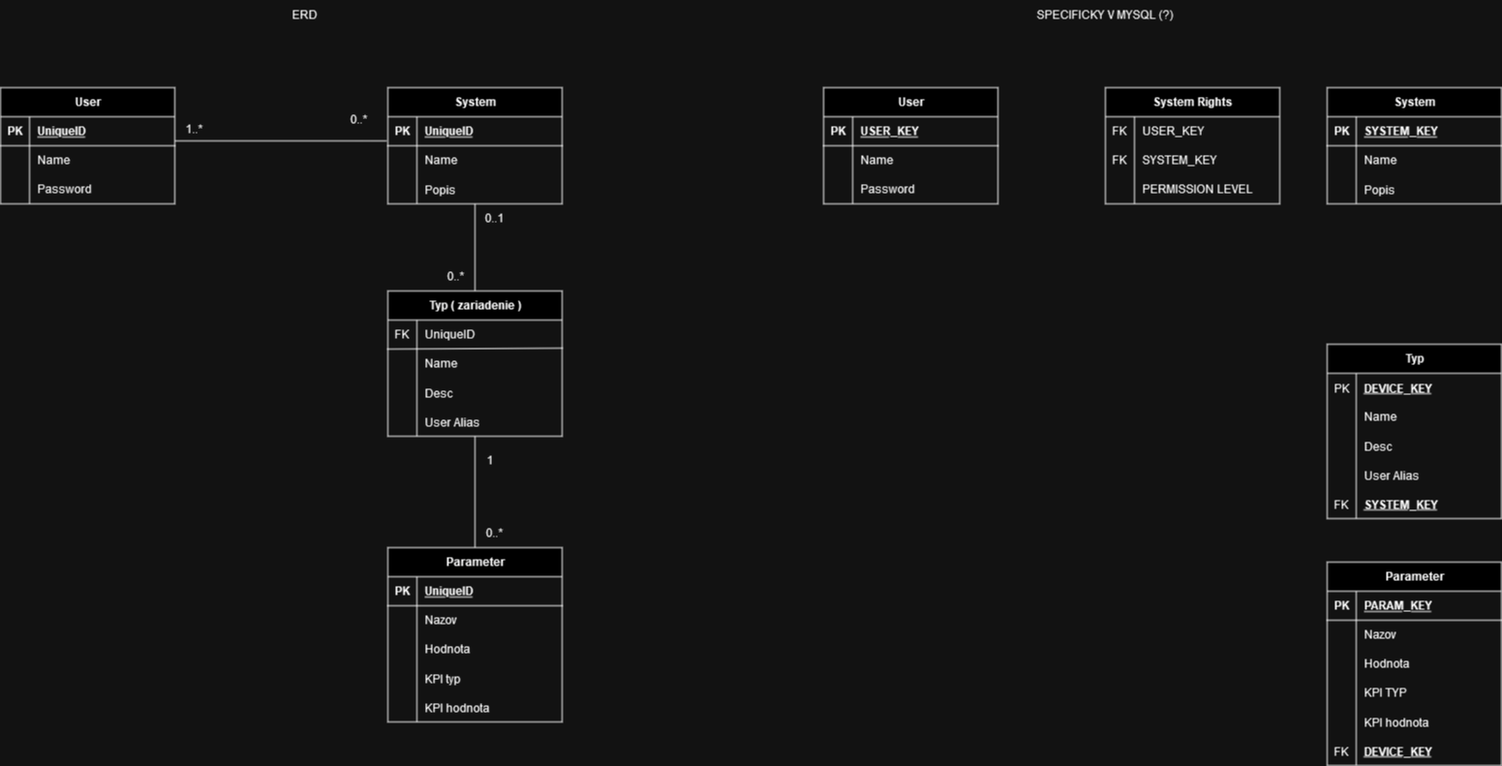
RatsAreNice/ITU-2023 keeps this draw.io diagram as Navrh/Diagramy/erd.png. Above is the earlier version. Source tidied: cells renumbered, new cells last; positions are measured from the earlier drawing's top-left corner, leaving out a move shared by most shapes.
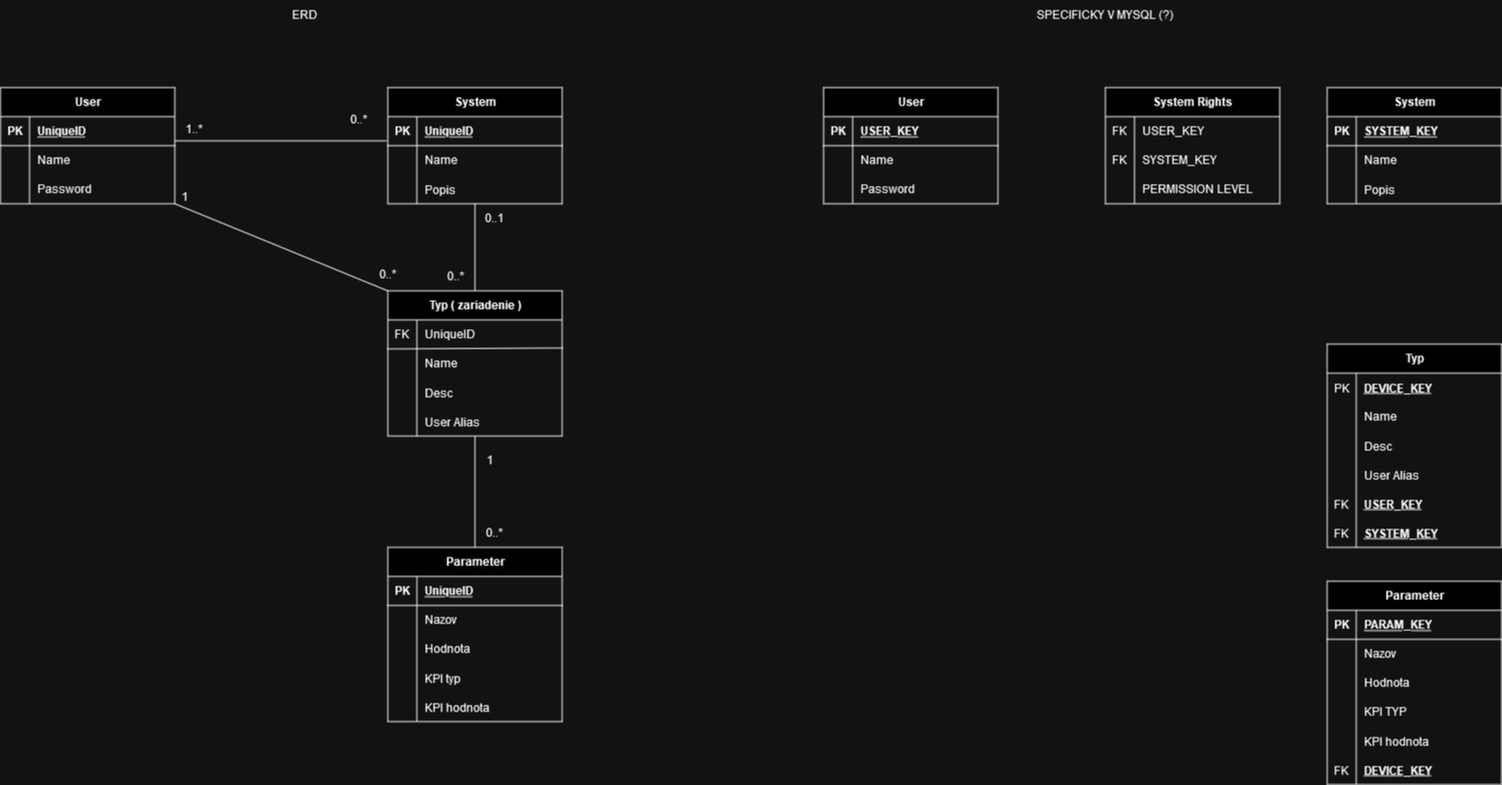
After the change.

Diff of the diagram source:
```diff
@@ -226,7 +226,7 @@
       <mxGeometry x="30" width="150" height="30" as="geometry" />
     </mxCell>
     <mxCell id="74" value="&lt;div&gt;Typ&lt;/div&gt;" style="shape=table;startSize=30;rowLines=0;fontStyle=1;align=center;html=1;" parent="1" vertex="1">
-      <mxGeometry x="1370" y="355" width="180" height="180" as="geometry" />
+      <mxGeometry x="1370" y="355" width="180" height="210" as="geometry" />
     </mxCell>
     <mxCell id="75" style="shape=tableRow;horizontal=0;startSize=0;swimlaneHead=0;swimlaneBody=0;fillColor=none;top=0;left=0;right=0;bottom=0;" parent="74" vertex="1">
       <mxGeometry y="30" width="180" height="30" as="geometry" />
@@ -264,8 +264,17 @@
     <mxCell id="86" value="User Alias" style="shape=partialRectangle;fillColor=none;top=0;left=0;bottom=0;right=0;align=left;spacingLeft=6;overflow=hidden;" parent="84" vertex="1">
       <mxGeometry x="30" width="150" height="30" as="geometry" />
     </mxCell>
+    <mxCell id="128" style="shape=tableRow;horizontal=0;startSize=0;swimlaneHead=0;swimlaneBody=0;fillColor=none;top=0;left=0;right=0;bottom=0;" parent="74" vertex="1">
+      <mxGeometry y="150" width="180" height="30" as="geometry" />
+    </mxCell>
+    <mxCell id="129" value="FK" style="shape=partialRectangle;fillColor=none;top=0;left=0;bottom=0;right=0;overflow=hidden;" parent="128" vertex="1">
+      <mxGeometry width="30" height="30" as="geometry" />
+    </mxCell>
+    <mxCell id="130" value="USER_KEY" style="shape=partialRectangle;fillColor=none;top=0;left=0;bottom=0;right=0;align=left;spacingLeft=6;overflow=hidden;fontStyle=5;" parent="128" vertex="1">
+      <mxGeometry x="30" width="150" height="30" as="geometry" />
+    </mxCell>
     <mxCell id="87" style="shape=tableRow;horizontal=0;startSize=0;swimlaneHead=0;swimlaneBody=0;fillColor=none;top=0;left=0;right=0;bottom=0;" parent="74" vertex="1">
-      <mxGeometry y="150" width="180" height="30" as="geometry" />
+      <mxGeometry y="180" width="180" height="30" as="geometry" />
     </mxCell>
     <mxCell id="88" value="FK" style="shape=partialRectangle;fillColor=none;top=0;left=0;bottom=0;right=0;overflow=hidden;" parent="87" vertex="1">
       <mxGeometry width="30" height="30" as="geometry" />
@@ -331,7 +340,7 @@
       <mxGeometry x="490" y="535" width="40" height="30" as="geometry" />
     </mxCell>
     <mxCell id="109" value="Parameter" style="shape=table;startSize=30;rowLines=0;fontStyle=1;align=center;html=1;" parent="1" vertex="1">
-      <mxGeometry x="1370" y="580" width="180" height="210" as="geometry" />
+      <mxGeometry x="1370" y="600" width="180" height="210" as="geometry" />
     </mxCell>
     <mxCell id="110" style="shape=tableRow;horizontal=0;startSize=0;swimlaneHead=0;swimlaneBody=0;fillColor=none;top=0;left=0;right=0;bottom=1;" parent="109" vertex="1">
       <mxGeometry y="30" width="180" height="30" as="geometry" />
@@ -387,5 +396,14 @@
     <mxCell id="127" value="DEVICE_KEY" style="shape=partialRectangle;fillColor=none;top=0;left=0;bottom=0;right=0;align=left;spacingLeft=6;overflow=hidden;fontStyle=5;" parent="125" vertex="1">
       <mxGeometry x="30" width="150" height="30" as="geometry" />
     </mxCell>
+    <mxCell id="131" style="endArrow=none;html=1;rounded=0;entryX=1;entryY=1;entryDx=0;entryDy=0;exitX=0;exitY=0;exitDx=0;exitDy=0;" parent="1" edge="1" source="28" target="2">
+      <mxGeometry relative="1" as="geometry" />
+    </mxCell>
+    <mxCell id="132" value="1" style="text;html=1;align=center;verticalAlign=middle;strokeColor=none;fillColor=none;" parent="1" vertex="1">
+      <mxGeometry x="175" y="188" width="30" height="30" as="geometry" />
+    </mxCell>
+    <mxCell id="133" value="0..*" style="text;html=1;align=center;verticalAlign=middle;strokeColor=none;fillColor=none;" parent="1" vertex="1">
+      <mxGeometry x="380" y="268" width="40" height="30" as="geometry" />
+    </mxCell>
   </root>
 </mxGraphModel>
```
